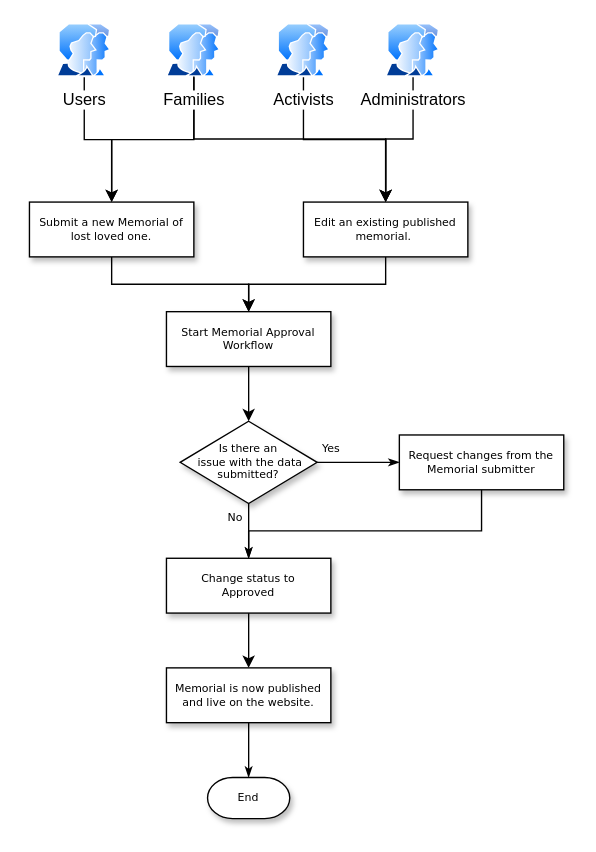
This is MemorialMatrix/Memorial Approval Workflow.drawio from SachinPawaskarUNO/drawings, a draw.io file, before an edit. Source tidied: cells renumbered, new cells numbered last; positions are measured from the earlier drawing's top-left corner, leaving out a move shared by most shapes. Both pictures are drawn from the tidied source at 137%, with x=0, y=0 at pixel (29, 23).
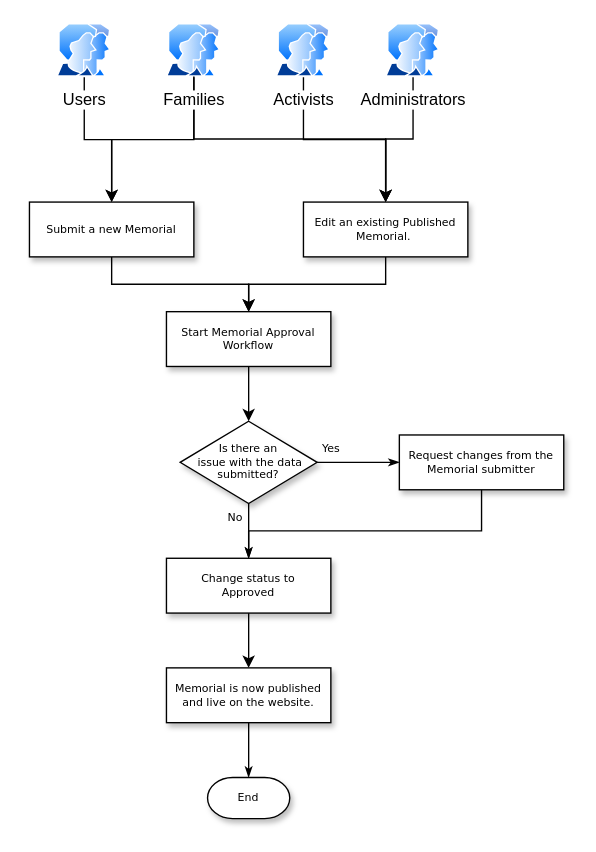
The same page after the edit.

Change to the diagram source:
```diff
@@
-    <mxCell id="12" value="Submit a new Memorial of lost loved one." style="whiteSpace=wrap;html=1;rounded=0;shadow=1;labelBackgroundColor=none;strokeWidth=1;fontFamily=Verdana;fontSize=8;align=center;spacing=6;" parent="1" vertex="1">
+    <mxCell id="12" value="Submit a new Memorial" style="whiteSpace=wrap;html=1;rounded=0;shadow=1;labelBackgroundColor=none;strokeWidth=1;fontFamily=Verdana;fontSize=8;align=center;spacing=6;" parent="1" vertex="1">
       <mxGeometry y="130" width="120" height="40" as="geometry" />
     </mxCell>
@@
-    <mxCell id="26" value="Edit an existing published memorial.&amp;nbsp;" style="whiteSpace=wrap;html=1;rounded=0;shadow=1;labelBackgroundColor=none;strokeWidth=1;fontFamily=Verdana;fontSize=8;align=center;spacing=6;" parent="1" vertex="1">
+    <mxCell id="26" value="Edit an existing Published Memorial.&amp;nbsp;" style="whiteSpace=wrap;html=1;rounded=0;shadow=1;labelBackgroundColor=none;strokeWidth=1;fontFamily=Verdana;fontSize=8;align=center;spacing=6;" parent="1" vertex="1">
       <mxGeometry x="200" y="130" width="120" height="40" as="geometry" />
     </mxCell>
```
